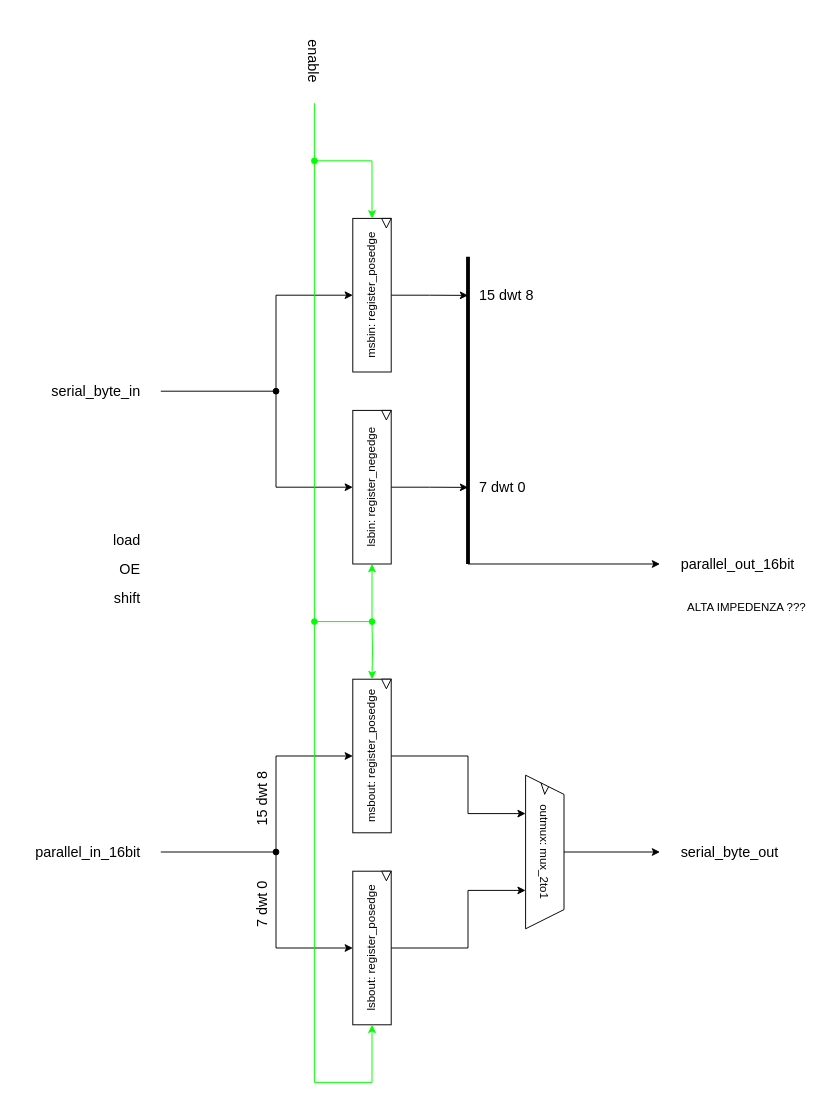
This is page "packer: RTL" (7 of 10) of IP_cores/AvalonMM_to_hRAM/SSRAM_to_hRAM_v1/rtl/SSRAM_to_hRAM.drawio from AndreaBononi/IP_cores, a draw.io file, before an edit. Source tidied: cells renumbered, new cells numbered last; positions are measured from the earlier drawing's top-left corner, leaving out a move shared by most shapes. Both pictures are drawn from the tidied source at 96%, with x=0, y=0 at pixel (16, 36).
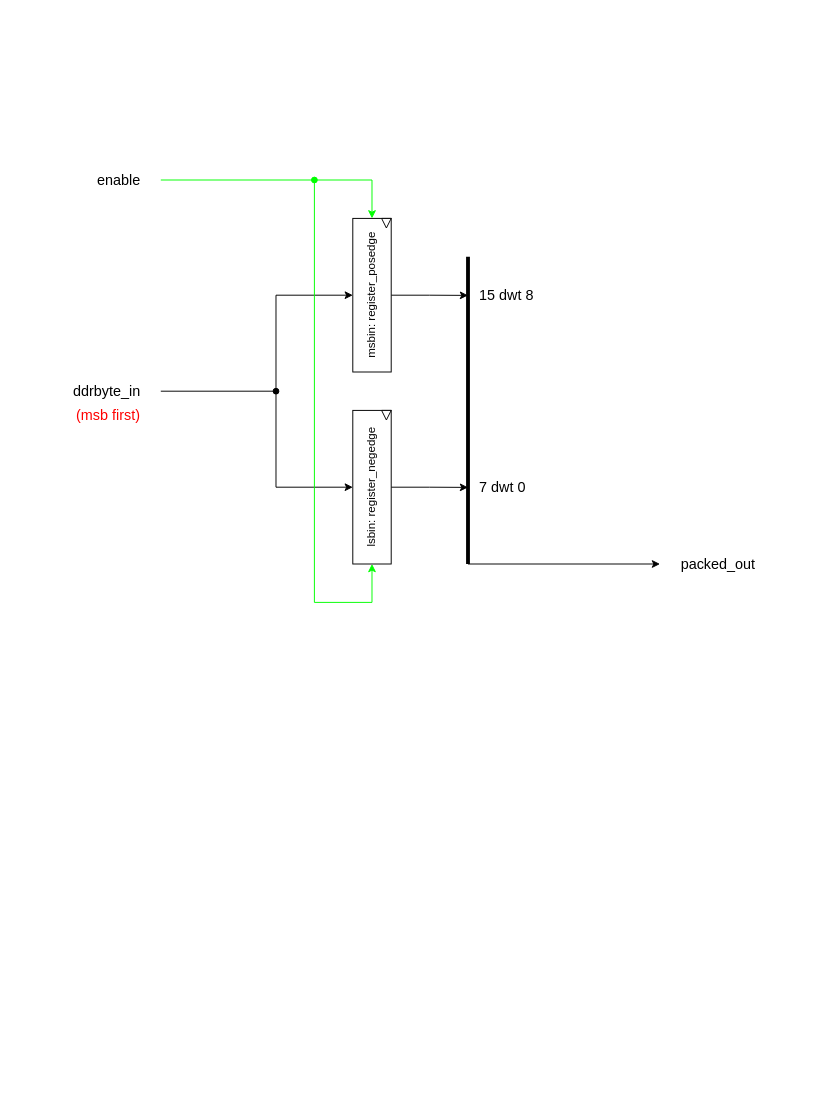
The same page after the edit.

The change refers to these unchanged cells:
```xml
<mxCell id="12" value="msbin: register_posedge" style="rounded=0;whiteSpace=wrap;html=1;horizontal=0;" parent="1" vertex="1">
  <mxGeometry x="350" y="190" width="40" height="160" as="geometry" />
</mxCell>
<mxCell id="16" value="lsbin: register_negedge" style="rounded=0;whiteSpace=wrap;html=1;horizontal=0;" parent="1" vertex="1">
  <mxGeometry x="350" y="390" width="40" height="160" as="geometry" />
</mxCell>
```

The edit, as a diff of the source:
```diff
@@
-    <mxCell id="2" value="shift" style="text;html=1;align=right;verticalAlign=middle;strokeColor=none;fillColor=none;rotation=0;fontSize=15;" parent="1" vertex="1">
-      <mxGeometry x="80" y="570" width="50" height="30" as="geometry" />
-    </mxCell>
-    <mxCell id="3" value="OE" style="text;html=1;align=right;verticalAlign=middle;strokeColor=none;fillColor=none;rotation=0;fontSize=15;" parent="1" vertex="1">
-      <mxGeometry x="80" y="540" width="50" height="30" as="geometry" />
-    </mxCell>
-    <mxCell id="4" value="load" style="text;html=1;align=right;verticalAlign=middle;strokeColor=none;fillColor=none;rotation=0;fontSize=15;" parent="1" vertex="1">
-      <mxGeometry x="80" y="510" width="50" height="30" as="geometry" />
+    <mxCell id="4" value="enable" style="text;html=1;align=right;verticalAlign=middle;strokeColor=none;fillColor=none;rotation=0;fontSize=15;" parent="1" vertex="1">
+      <mxGeometry x="60" y="135" width="70" height="30" as="geometry" />
     </mxCell>
-    <mxCell id="5" value="serial_byte_in" style="text;html=1;align=right;verticalAlign=middle;strokeColor=none;fillColor=none;fontSize=15;rotation=0;" parent="1" vertex="1">
-      <mxGeometry x="10" y="355" width="120" height="30" as="geometry" />
+    <mxCell id="5" value="ddrbyte_in" style="text;html=1;align=right;verticalAlign=middle;strokeColor=none;fillColor=none;fontSize=15;rotation=0;" parent="1" vertex="1">
+      <mxGeometry x="40" y="355" width="90" height="30" as="geometry" />
     </mxCell>
-    <mxCell id="6" value="parallel_out_16bit" style="text;html=1;align=left;verticalAlign=middle;strokeColor=none;fillColor=none;fontSize=15;rotation=0;" parent="1" vertex="1">
-      <mxGeometry x="690" y="535" width="140" height="30" as="geometry" />
+    <mxCell id="6" value="packed_out" style="text;html=1;align=left;verticalAlign=middle;strokeColor=none;fillColor=none;fontSize=15;rotation=0;" parent="1" vertex="1">
+      <mxGeometry x="690" y="535" width="100" height="30" as="geometry" />
     </mxCell>
-    <mxCell id="7" value="serial_byte_out" style="text;html=1;align=left;verticalAlign=middle;strokeColor=none;fillColor=none;rotation=0;fontSize=15;" parent="1" vertex="1">
-      <mxGeometry x="690" y="835" width="120" height="30" as="geometry" />
-    </mxCell>
-    <mxCell id="8" value="parallel_in_16bit" style="text;html=1;align=right;verticalAlign=middle;strokeColor=none;fillColor=none;fontSize=15;rotation=0;" parent="1" vertex="1">
-      <mxGeometry y="835" width="130" height="30" as="geometry" />
-    </mxCell>
@@
     <mxCell id="11" style="edgeStyle=orthogonalEdgeStyle;rounded=0;jettySize=auto;html=1;entryX=0.5;entryY=0;entryDx=0;entryDy=0;strokeColor=#00FF00;" parent="1" edge="1" target="12">
       <mxGeometry relative="1" as="geometry">
-        <mxPoint x="310" y="70" as="sourcePoint" />
+        <mxPoint x="150" y="150" as="sourcePoint" />
         <Array as="points">
-          <mxPoint x="310" y="130" />
-          <mxPoint x="370" y="130" />
+          <mxPoint x="150" y="150" />
+          <mxPoint x="370" y="150" />
         </Array>
       </mxGeometry>
     </mxCell>
@@
     <mxCell id="15" style="edgeStyle=orthogonalEdgeStyle;rounded=0;jettySize=auto;html=1;entryX=0.5;entryY=1;entryDx=0;entryDy=0;strokeColor=#00FF00;startArrow=oval;startFill=1;" parent="1" edge="1" target="16">
       <mxGeometry relative="1" as="geometry">
-        <mxPoint x="310" y="130" as="sourcePoint" />
+        <mxPoint x="310" y="150" as="sourcePoint" />
         <Array as="points">
-          <mxPoint x="310" y="610" />
-          <mxPoint x="370" y="610" />
+          <mxPoint x="310" y="590" />
+          <mxPoint x="370" y="590" />
         </Array>
       </mxGeometry>
     </mxCell>
@@
-    <mxCell id="23" style="edgeStyle=orthogonalEdgeStyle;rounded=0;jettySize=auto;html=1;exitX=0;exitY=0.5;exitDx=0;exitDy=0;entryX=0;entryY=0.5;entryDx=0;entryDy=0;" parent="1" edge="1" target="26">
-      <mxGeometry relative="1" as="geometry">
-        <mxPoint x="150" y="850" as="sourcePoint" />
-        <Array as="points">
-          <mxPoint x="270" y="850" />
-          <mxPoint x="270" y="750" />
-        </Array>
-      </mxGeometry>
-    </mxCell>
-    <mxCell id="24" style="edgeStyle=orthogonalEdgeStyle;rounded=0;jettySize=auto;html=1;exitX=1;exitY=0.5;exitDx=0;exitDy=0;entryX=0.25;entryY=1;entryDx=0;entryDy=0;" parent="1" edge="1" source="26" target="36">
-      <mxGeometry relative="1" as="geometry">
-        <Array as="points">
-          <mxPoint x="470" y="750" />
-          <mxPoint x="470" y="810" />
-        </Array>
-      </mxGeometry>
-    </mxCell>
-    <mxCell id="25" style="edgeStyle=orthogonalEdgeStyle;rounded=0;jettySize=auto;html=1;exitX=0.5;exitY=0;exitDx=0;exitDy=0;entryX=0.5;entryY=0;entryDx=0;entryDy=0;startArrow=oval;startFill=1;strokeColor=#00FF00;" parent="1" edge="1" target="26">
-      <mxGeometry relative="1" as="geometry">
-        <mxPoint x="370" y="610" as="sourcePoint" />
-      </mxGeometry>
-    </mxCell>
-    <mxCell id="26" value="msbout: register_posedge" style="rounded=0;whiteSpace=wrap;html=1;horizontal=0;" parent="1" vertex="1">
-      <mxGeometry x="350" y="670" width="40" height="160" as="geometry" />
-    </mxCell>
-    <mxCell id="27" style="edgeStyle=orthogonalEdgeStyle;rounded=0;jettySize=auto;html=1;exitX=0;exitY=0.5;exitDx=0;exitDy=0;entryX=0;entryY=0.5;entryDx=0;entryDy=0;startArrow=oval;startFill=1;" parent="1" edge="1" target="30">
-      <mxGeometry relative="1" as="geometry">
-        <mxPoint x="270" y="850" as="sourcePoint" />
-        <Array as="points">
-          <mxPoint x="270" y="950" />
-        </Array>
-      </mxGeometry>
-    </mxCell>
-    <mxCell id="28" style="edgeStyle=orthogonalEdgeStyle;rounded=0;jettySize=auto;html=1;exitX=1;exitY=0.5;exitDx=0;exitDy=0;entryX=0.75;entryY=1;entryDx=0;entryDy=0;" parent="1" edge="1" source="30" target="36">
-      <mxGeometry relative="1" as="geometry">
-        <Array as="points">
-          <mxPoint x="470" y="950" />
-          <mxPoint x="470" y="890" />
-        </Array>
-      </mxGeometry>
-    </mxCell>
-    <mxCell id="29" style="edgeStyle=orthogonalEdgeStyle;rounded=0;jettySize=auto;html=1;exitX=0.5;exitY=1;exitDx=0;exitDy=0;entryX=0.5;entryY=1;entryDx=0;entryDy=0;startArrow=oval;startFill=1;strokeColor=#00FF00;" parent="1" edge="1" target="30">
-      <mxGeometry relative="1" as="geometry">
-        <mxPoint x="310" y="610" as="sourcePoint" />
-        <Array as="points">
-          <mxPoint x="310" y="1090" />
-          <mxPoint x="370" y="1090" />
-        </Array>
-      </mxGeometry>
-    </mxCell>
-    <mxCell id="30" value="lsbout: register_posedge" style="rounded=0;whiteSpace=wrap;html=1;horizontal=0;" parent="1" vertex="1">
-      <mxGeometry x="350" y="870" width="40" height="160" as="geometry" />
-    </mxCell>
-    <mxCell id="31" style="triangle;whiteSpace=wrap;html=1;direction=south;fontSize=15;" parent="1" vertex="1">
-      <mxGeometry x="380" y="670" width="10" height="10" as="geometry" />
-    </mxCell>
-    <mxCell id="32" style="triangle;whiteSpace=wrap;html=1;direction=south;fontSize=15;" parent="1" vertex="1">
-      <mxGeometry x="380" y="870" width="10" height="10" as="geometry" />
-    </mxCell>
-    <mxCell id="33" value="15 dwt 8" style="text;html=1;align=center;verticalAlign=middle;strokeColor=none;fillColor=none;fontSize=15;rotation=-90;" parent="1" vertex="1">
-      <mxGeometry x="215" y="780" width="80" height="30" as="geometry" />
-    </mxCell>
-    <mxCell id="34" value="7 dwt 0" style="text;html=1;align=center;verticalAlign=middle;strokeColor=none;fillColor=none;fontSize=15;rotation=-90;" parent="1" vertex="1">
-      <mxGeometry x="220" y="890" width="70" height="30" as="geometry" />
-    </mxCell>
-    <mxCell id="35" style="edgeStyle=orthogonalEdgeStyle;rounded=0;jettySize=auto;html=1;exitX=0.5;exitY=0;exitDx=0;exitDy=0;" parent="1" edge="1" source="36">
-      <mxGeometry relative="1" as="geometry">
-        <mxPoint x="670" y="850" as="targetPoint" />
-      </mxGeometry>
-    </mxCell>
-    <mxCell id="36" value="outmux: mux_2to1" style="shape=trapezoid;perimeter=trapezoidPerimeter;whiteSpace=wrap;html=1;fixedSize=1;rotation=90;" parent="1" vertex="1">
-      <mxGeometry x="470" y="830" width="160" height="40" as="geometry" />
-    </mxCell>
-    <mxCell id="37" style="endArrow=none;html=1;rounded=0;" parent="1" edge="1">
-      <mxGeometry relative="1" as="geometry">
-        <mxPoint x="550" y="790" as="sourcePoint" />
-        <mxPoint x="546" y="778" as="targetPoint" />
-      </mxGeometry>
-    </mxCell>
-    <mxCell id="38" style="endArrow=none;html=1;rounded=0;" parent="1" edge="1">
-      <mxGeometry relative="1" as="geometry">
-        <mxPoint x="554" y="782" as="sourcePoint" />
-        <mxPoint x="549.8" y="789.9" as="targetPoint" />
-      </mxGeometry>
-    </mxCell>
-    <mxCell id="39" value="enable" style="text;html=1;align=right;verticalAlign=middle;strokeColor=none;fillColor=none;fontSize=15;rotation=90;" parent="1" vertex="1">
-      <mxGeometry x="275" width="70" height="30" as="geometry" />
-    </mxCell>
-    <mxCell id="40" value="ALTA IMPEDENZA ???" style="text;html=1;align=center;verticalAlign=middle;strokeColor=none;fillColor=none;" parent="1" vertex="1">
-      <mxGeometry x="685" y="580" width="150" height="30" as="geometry" />
-    </mxCell>
+    <mxCell id="41" value="&lt;font style=&quot;font-size: 15px;&quot; color=&quot;#ff0000&quot;&gt;(msb first)&lt;/font&gt;" style="text;html=1;align=center;verticalAlign=middle;strokeColor=none;fillColor=none;" parent="1" vertex="1">
+      <mxGeometry x="50" y="380" width="90" height="30" as="geometry" />
+    </mxCell>
```
